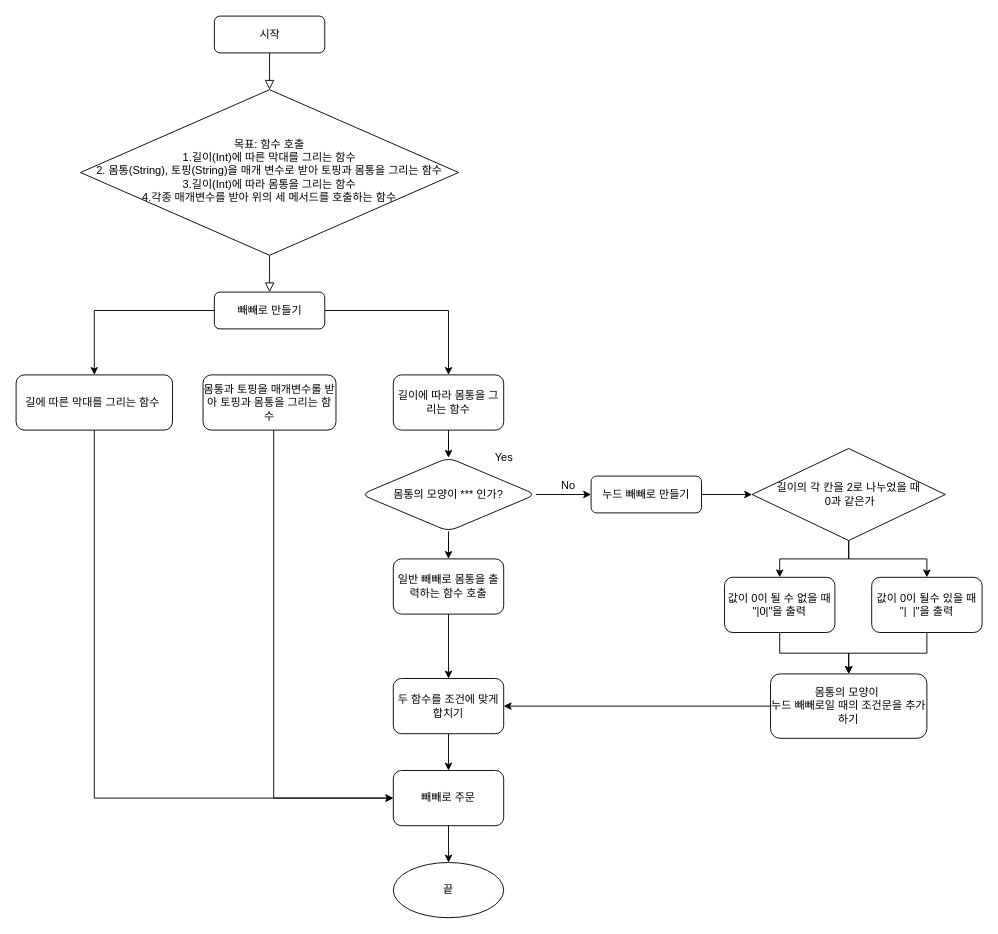
Earlier version of the draw.io diagram Ppepero.drawio (yagom-academy/swift-starter-Round1). Source tidied: cells renumbered, new cells numbered last; positions are measured from the earlier drawing's top-left corner, leaving out a move shared by most shapes. Both pictures are drawn from the tidied source at 92%, with x=0, y=0 at pixel (16, 16).
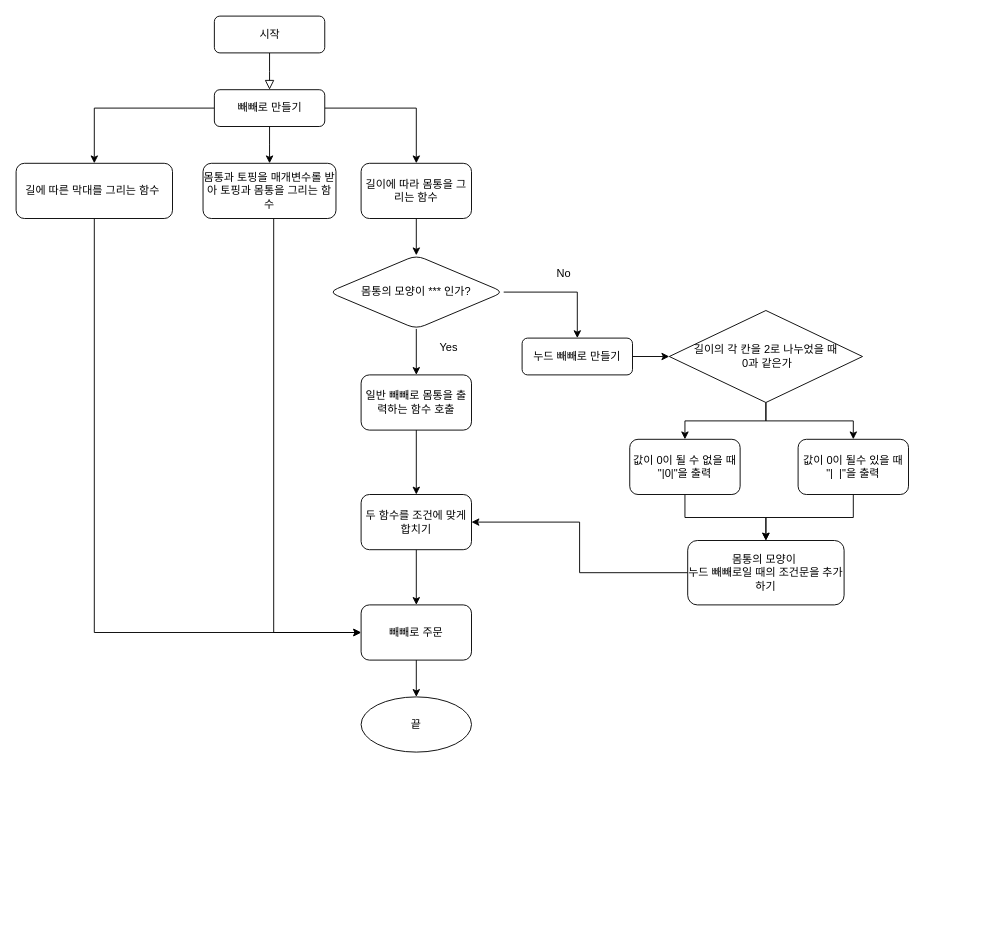
The same page after the edit.

The change refers to these unchanged cells:
```xml
<mxCell id="3" value="시작" style="rounded=1;whiteSpace=wrap;html=1;fontSize=12;glass=0;strokeWidth=1;shadow=0;" parent="1" vertex="1">
  <mxGeometry x="215.5" width="120" height="40" as="geometry" />
</mxCell>
```

The edit, as a diff of the source:
```diff
@@
-    <mxCell id="2" style="rounded=0;html=1;jettySize=auto;fontSize=11;endArrow=block;endFill=0;endSize=8;strokeWidth=1;shadow=0;labelBackgroundColor=none;edgeStyle=orthogonalEdgeStyle;" parent="1" edge="1" source="3" target="5">
-      <mxGeometry relative="1" as="geometry" />
+    <mxCell id="2" style="rounded=0;html=1;jettySize=auto;fontSize=11;endArrow=block;endFill=0;endSize=8;strokeWidth=1;shadow=0;labelBackgroundColor=none;edgeStyle=orthogonalEdgeStyle;" parent="1" edge="1" source="3">
+      <mxGeometry relative="1" as="geometry">
+        <mxPoint x="275.5" y="80" as="targetPoint" />
+      </mxGeometry>
     </mxCell>
@@
-    <mxCell id="4" style="rounded=0;html=1;jettySize=auto;fontSize=11;endArrow=block;endFill=0;endSize=8;strokeWidth=1;shadow=0;labelBackgroundColor=none;edgeStyle=orthogonalEdgeStyle;" parent="1" edge="1" source="5">
-      <mxGeometry y="20" relative="1" as="geometry">
-        <mxPoint x="275.6" y="300.1" as="targetPoint" />
-      </mxGeometry>
-    </mxCell>
-    <mxCell id="5" value="목표: 함수 호출&lt;br&gt;1.길이(Int)에 따른 막대를 그리는 함수&lt;br&gt;2. 몸통(String), 토핑(String)을 매개 변수로 받아 토핑과 몸통을 그리는 함수&lt;br&gt;3.길이(Int)에 따라 몸통을 그리는 함수&lt;br&gt;4.각종 매개변수를 받아 위의 세 메서드를 호출하는 함수" style="rhombus;whiteSpace=wrap;html=1;shadow=0;fontFamily=Helvetica;fontSize=12;align=center;strokeWidth=1;spacing=6;spacingTop=-4;" parent="1" vertex="1">
-      <mxGeometry x="70" y="80" width="411" height="180" as="geometry" />
-    </mxCell>
@@
+    <mxCell id="38" style="edgeStyle=orthogonalEdgeStyle;rounded=0;jettySize=auto;html=1;" parent="1" edge="1" source="8" target="12">
+      <mxGeometry relative="1" as="geometry" />
+    </mxCell>
     <mxCell id="8" value="빼빼로 만들기" style="rounded=1;whiteSpace=wrap;html=1;fontSize=12;glass=0;strokeWidth=1;shadow=0;" parent="1" vertex="1">
-      <mxGeometry x="215.5" y="300" width="120" height="40" as="geometry" />
+      <mxGeometry x="215.5" y="80" width="120" height="40" as="geometry" />
     </mxCell>
@@
     <mxCell id="10" value="누드 빼빼로 만들기" style="rounded=1;whiteSpace=wrap;html=1;fontSize=12;glass=0;strokeWidth=1;shadow=0;" parent="1" vertex="1">
-      <mxGeometry x="625" y="500" width="120" height="40" as="geometry" />
+      <mxGeometry x="550" y="350" width="120" height="40" as="geometry" />
     </mxCell>
     <mxCell id="11" style="edgeStyle=orthogonalEdgeStyle;rounded=0;jettySize=auto;html=1;entryX=0;entryY=0.5;entryDx=0;entryDy=0;" parent="1" edge="1" source="12" target="35">
       <mxGeometry relative="1" as="geometry">
         <Array as="points">
-          <mxPoint x="280" y="850" />
+          <mxPoint x="280" y="670" />
         </Array>
       </mxGeometry>
     </mxCell>
     <mxCell id="12" value="몸통과 토핑을 매개변수롤 받아 토핑과 몸통을 그리는 함수" style="rounded=1;whiteSpace=wrap;html=1;" parent="1" vertex="1">
-      <mxGeometry x="203.2" y="390" width="144.5" height="60" as="geometry" />
+      <mxGeometry x="203.2" y="160" width="144.5" height="60" as="geometry" />
     </mxCell>
     <mxCell id="13" style="edgeStyle=orthogonalEdgeStyle;rounded=0;jettySize=auto;html=1;entryX=0;entryY=0.5;entryDx=0;entryDy=0;" parent="1" edge="1" source="14" target="35">
       <mxGeometry relative="1" as="geometry">
         <Array as="points">
-          <mxPoint x="85" y="850" />
+          <mxPoint x="85" y="670" />
         </Array>
       </mxGeometry>
     </mxCell>
     <mxCell id="14" value="길에 따른 막대를 그리는 함수&amp;nbsp;" style="whiteSpace=wrap;html=1;rounded=1;glass=0;strokeWidth=1;shadow=0;" parent="1" vertex="1">
-      <mxGeometry y="390" width="170" height="60" as="geometry" />
+      <mxGeometry y="160" width="170" height="60" as="geometry" />
     </mxCell>
@@
     <mxCell id="16" value="길이에 따라 몸통을 그리는 함수" style="whiteSpace=wrap;html=1;rounded=1;glass=0;strokeWidth=1;shadow=0;" parent="1" vertex="1">
-      <mxGeometry x="410" y="390" width="120" height="60" as="geometry" />
+      <mxGeometry x="375" y="160" width="120" height="60" as="geometry" />
     </mxCell>
@@
     <mxCell id="19" value="길이의 각 칸을 2로 나누었을 때&lt;br&gt;&amp;nbsp;0과 같은가" style="rhombus;whiteSpace=wrap;html=1;" parent="1" vertex="1">
-      <mxGeometry x="800" y="470" width="210" height="100" as="geometry" />
+      <mxGeometry x="710" y="320" width="210" height="100" as="geometry" />
     </mxCell>
@@
     <mxCell id="21" value="값이 0이 될수 있을 때&lt;br&gt;&quot;|&amp;nbsp; |&quot;을 출력" style="rounded=1;whiteSpace=wrap;html=1;" parent="1" vertex="1">
-      <mxGeometry x="930" y="610" width="120" height="60" as="geometry" />
+      <mxGeometry x="850" y="460" width="120" height="60" as="geometry" />
     </mxCell>
@@
     <mxCell id="24" value="몸통의 모양이 *** 인가?" style="rhombus;whiteSpace=wrap;html=1;rounded=1;glass=0;strokeWidth=1;shadow=0;" parent="1" vertex="1">
-      <mxGeometry x="375" y="480" width="190" height="80" as="geometry" />
+      <mxGeometry x="340" y="260" width="190" height="80" as="geometry" />
     </mxCell>
@@
     <mxCell id="26" value="몸통의 모양이&amp;nbsp;&lt;br&gt;누드 빼빼로일 때의 조건문을 추가하기" style="whiteSpace=wrap;html=1;rounded=1;glass=0;strokeWidth=1;shadow=0;" parent="1" vertex="1">
-      <mxGeometry x="820" y="715" width="170" height="70" as="geometry" />
+      <mxGeometry x="730" y="570" width="170" height="70" as="geometry" />
     </mxCell>
@@
     <mxCell id="28" value="값이 0이 될 수 없을 때&lt;br&gt;&quot;|0|&quot;을 출력" style="rounded=1;whiteSpace=wrap;html=1;" parent="1" vertex="1">
-      <mxGeometry x="770" y="610" width="120" height="60" as="geometry" />
+      <mxGeometry x="667" y="460" width="120" height="60" as="geometry" />
     </mxCell>
@@
     <mxCell id="30" value="일반 빼빼로 몸통을 출력하는 함수 호출" style="whiteSpace=wrap;html=1;rounded=1;glass=0;strokeWidth=1;shadow=0;" parent="1" vertex="1">
-      <mxGeometry x="410" y="590" width="120" height="60" as="geometry" />
+      <mxGeometry x="375" y="390" width="120" height="60" as="geometry" />
     </mxCell>
     <mxCell id="31" value="Yes" style="text;html=1;align=center;verticalAlign=middle;strokeColor=none;fillColor=none;" parent="1" vertex="1">
-      <mxGeometry x="510" y="470" width="40" height="20" as="geometry" />
+      <mxGeometry x="450" y="350" width="40" height="20" as="geometry" />
     </mxCell>
@@
     <mxCell id="33" value="두 함수를 조건에 맞게 합치기" style="whiteSpace=wrap;html=1;rounded=1;glass=0;strokeWidth=1;shadow=0;" parent="1" vertex="1">
-      <mxGeometry x="410" y="720" width="120" height="60" as="geometry" />
+      <mxGeometry x="375" y="520" width="120" height="60" as="geometry" />
     </mxCell>
@@
     <mxCell id="35" value="빼빼로 주문" style="whiteSpace=wrap;html=1;rounded=1;glass=0;strokeWidth=1;shadow=0;" parent="1" vertex="1">
-      <mxGeometry x="410" y="820" width="120" height="60" as="geometry" />
+      <mxGeometry x="375" y="640" width="120" height="60" as="geometry" />
     </mxCell>
     <mxCell id="36" value="끝" style="ellipse;whiteSpace=wrap;html=1;rounded=1;glass=0;strokeWidth=1;shadow=0;" parent="1" vertex="1">
-      <mxGeometry x="410" y="920" width="120" height="60" as="geometry" />
+      <mxGeometry x="375" y="740" width="120" height="60" as="geometry" />
     </mxCell>
     <mxCell id="37" value="No" style="text;html=1;align=center;verticalAlign=middle;strokeColor=none;fillColor=none;" parent="1" vertex="1">
-      <mxGeometry x="585" y="500" width="30" height="20" as="geometry" />
+      <mxGeometry x="580" y="270" width="30" height="20" as="geometry" />
     </mxCell>
```
